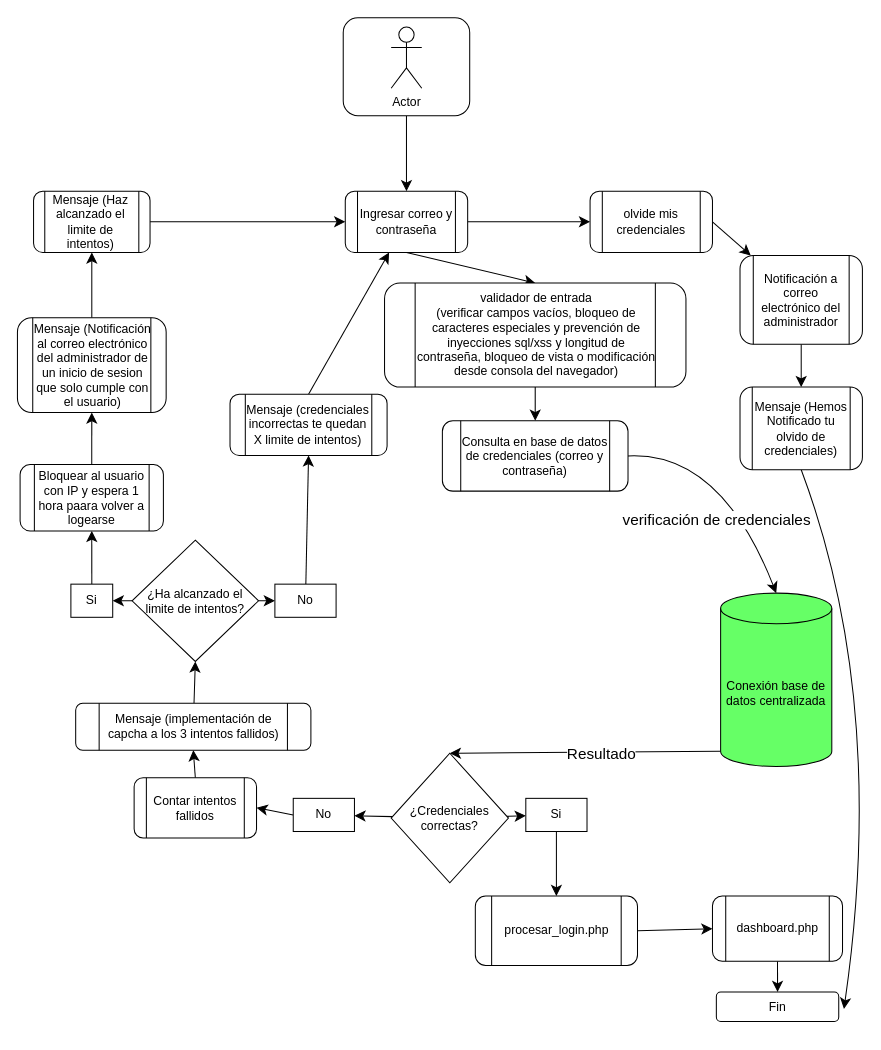
This is digramas/1.Algoritmo_login.drawio from Andreszxc2001/Sistema-Integral-de-Asistencias-SIA-, a draw.io file, before an edit. Source tidied: cells renumbered, new cells numbered last; positions are measured from the earlier drawing's top-left corner, leaving out a move shared by most shapes. Both pictures are drawn from the tidied source at 102%, with x=0, y=0 at pixel (17, 17).
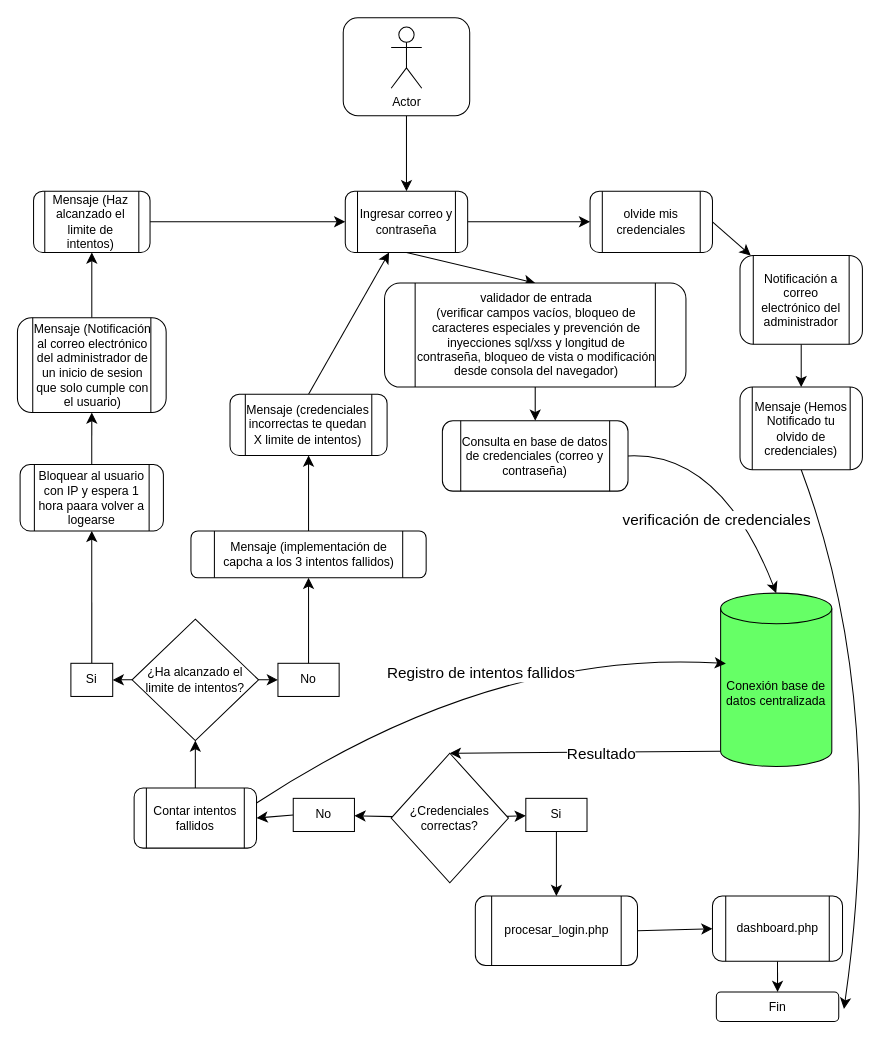
The same diagram, later.

The change refers to these unchanged cells:
```xml
<mxCell id="4" value="Conexión base de datos centralizada" style="shape=cylinder3;whiteSpace=wrap;html=1;boundedLbl=1;backgroundOutline=1;size=15;fillColor=light-dark(#66FF66,#66FF66);" parent="1" vertex="1">
  <mxGeometry x="689" y="564" width="109" height="170" as="geometry" />
</mxCell>
<mxCell id="25" value="Mensaje (credenciales incorrectas te quedan X limite de intentos)" style="shape=process;whiteSpace=wrap;html=1;backgroundOutline=1;rounded=1;strokeColor=default;align=center;verticalAlign=middle;fontFamily=Helvetica;fontSize=12;fontColor=default;fillColor=default;" parent="1" vertex="1">
  <mxGeometry x="208" y="369" width="154" height="60" as="geometry" />
</mxCell>
```

Change to the diagram source:
```diff
@@
-    <mxCell id="34" style="edgeStyle=none;curved=1;rounded=0;jettySize=auto;html=1;fontFamily=Helvetica;fontSize=12;fontColor=default;startSize=8;endSize=8;entryX=0.5;entryY=1;entryDx=0;entryDy=0;exitX=0.5;exitY=0;exitDx=0;exitDy=0;" parent="1" edge="1" source="35" target="48">
+    <mxCell id="34" style="edgeStyle=none;curved=1;rounded=0;jettySize=auto;html=1;fontFamily=Helvetica;fontSize=12;fontColor=default;startSize=8;endSize=8;entryX=0.5;entryY=1;entryDx=0;entryDy=0;exitX=0.5;exitY=0;exitDx=0;exitDy=0;" parent="1" edge="1" source="35" target="38">
       <mxGeometry relative="1" as="geometry" />
     </mxCell>
     <mxCell id="35" value="Contar intentos fallidos" style="shape=process;whiteSpace=wrap;html=1;backgroundOutline=1;rounded=1;strokeColor=default;align=center;verticalAlign=middle;fontFamily=Helvetica;fontSize=12;fontColor=default;fillColor=default;" parent="1" vertex="1">
-      <mxGeometry x="114" y="745" width="120" height="59" as="geometry" />
+      <mxGeometry x="114" y="755" width="120" height="59" as="geometry" />
     </mxCell>
@@
     <mxCell id="38" value="&lt;font&gt;¿Ha alcanzado el limite de intentos?&lt;/font&gt;" style="rhombus;whiteSpace=wrap;html=1;fillColor=light-dark(#FFFFFF,#66FF66);" parent="1" vertex="1">
-      <mxGeometry x="112" y="512" width="124" height="119" as="geometry" />
+      <mxGeometry x="112" y="589.5" width="124" height="119" as="geometry" />
     </mxCell>
-    <mxCell id="39" style="edgeStyle=none;curved=1;rounded=0;jettySize=auto;html=1;fontFamily=Helvetica;fontSize=12;fontColor=default;startSize=8;endSize=8;entryX=0.5;entryY=1;entryDx=0;entryDy=0;" parent="1" edge="1" source="40" target="25">
+    <mxCell id="39" style="edgeStyle=none;curved=1;rounded=0;jettySize=auto;html=1;fontFamily=Helvetica;fontSize=12;fontColor=default;startSize=8;endSize=8;entryX=0.5;entryY=1;entryDx=0;entryDy=0;exitX=0.5;exitY=0;exitDx=0;exitDy=0;" parent="1" edge="1" source="48" target="25">
       <mxGeometry relative="1" as="geometry" />
     </mxCell>
     <mxCell id="40" value="No" style="whiteSpace=wrap;html=1;fillColor=light-dark(#FFFFFF,#66FF66);" parent="1" vertex="1">
-      <mxGeometry x="252" y="555.2" width="60" height="32.5" as="geometry" />
+      <mxGeometry x="255" y="632.8" width="60" height="32.5" as="geometry" />
     </mxCell>
@@
     <mxCell id="42" value="Si" style="whiteSpace=wrap;html=1;fillColor=light-dark(#FFFFFF,#66FF66);" parent="1" vertex="1">
-      <mxGeometry x="52" y="555.2" width="41" height="32.5" as="geometry" />
+      <mxGeometry x="52" y="632.8" width="41" height="32.5" as="geometry" />
     </mxCell>
@@
-    <mxCell id="47" style="edgeStyle=none;curved=1;rounded=0;jettySize=auto;html=1;fontSize=12;startSize=8;endSize=8;entryX=0.5;entryY=1;entryDx=0;entryDy=0;" parent="1" edge="1" source="48" target="38">
-      <mxGeometry relative="1" as="geometry" />
-    </mxCell>
-    <mxCell id="48" value="Mensaje (implementación de capcha a los 3 intentos fallidos)" style="shape=process;whiteSpace=wrap;html=1;backgroundOutline=1;rounded=1;strokeColor=default;align=center;verticalAlign=middle;fontFamily=Helvetica;fontSize=12;fontColor=default;fillColor=default;" parent="1" vertex="1">
-      <mxGeometry x="56.7" y="672" width="230.6" height="46" as="geometry" />
-    </mxCell>
@@
+    <mxCell id="56" style="edgeStyle=none;curved=1;rounded=0;jettySize=auto;html=1;exitX=1;exitY=0.25;exitDx=0;exitDy=0;entryX=0.047;entryY=0.406;entryDx=0;entryDy=0;entryPerimeter=0;fontSize=12;startSize=8;endSize=8;" parent="1" edge="1" source="35" target="4">
+      <mxGeometry relative="1" as="geometry">
+        <Array as="points">
+          <mxPoint x="464" y="619" />
+        </Array>
+      </mxGeometry>
+    </mxCell>
+    <mxCell id="57" value="&lt;span style=&quot;font-size: 15px;&quot;&gt;Registro de intentos fallidos&lt;/span&gt;" style="edgeLabel;html=1;align=center;verticalAlign=middle;fontSize=12;" parent="56" vertex="1">
+      <mxGeometry y="-12" relative="1" as="geometry">
+        <mxPoint x="1" as="offset" />
+      </mxGeometry>
+    </mxCell>
+    <mxCell id="48" value="Mensaje (implementación de capcha a los 3 intentos fallidos)" style="shape=process;whiteSpace=wrap;html=1;backgroundOutline=1;rounded=1;strokeColor=default;align=center;verticalAlign=middle;fontFamily=Helvetica;fontSize=12;fontColor=default;fillColor=default;" parent="1" vertex="1">
+      <mxGeometry x="169.7" y="503" width="230.6" height="46" as="geometry" />
+    </mxCell>
+    <mxCell id="58" style="edgeStyle=none;curved=1;rounded=0;jettySize=auto;html=1;exitX=0.5;exitY=0;exitDx=0;exitDy=0;entryX=0.5;entryY=1;entryDx=0;entryDy=0;fontSize=12;startSize=8;endSize=8;" parent="1" edge="1" source="40" target="48">
+      <mxGeometry relative="1" as="geometry" />
+    </mxCell>
```
